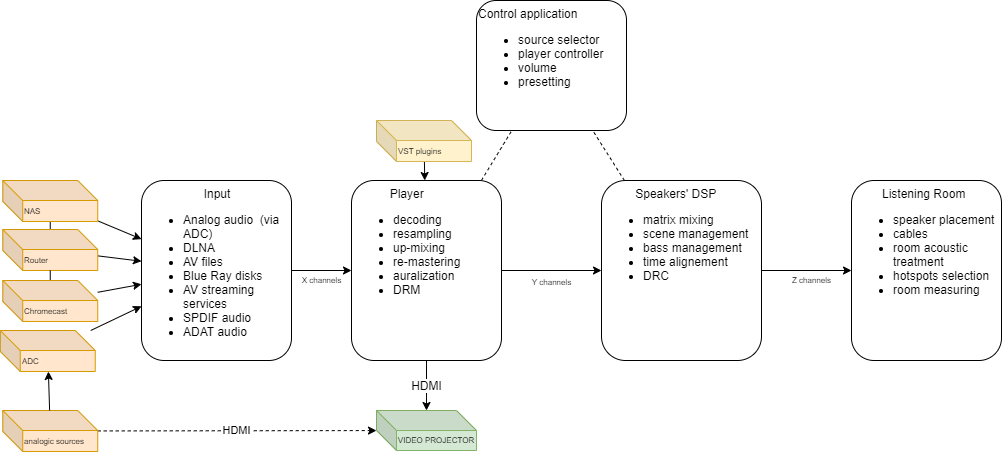
Before: images/functional-view.png, a diagram exported from draw.io (ecow/liroma). Source tidied: cells renumbered, new cells last; positions are measured from the earlier drawing's top-left corner, leaving out a move shared by most shapes.
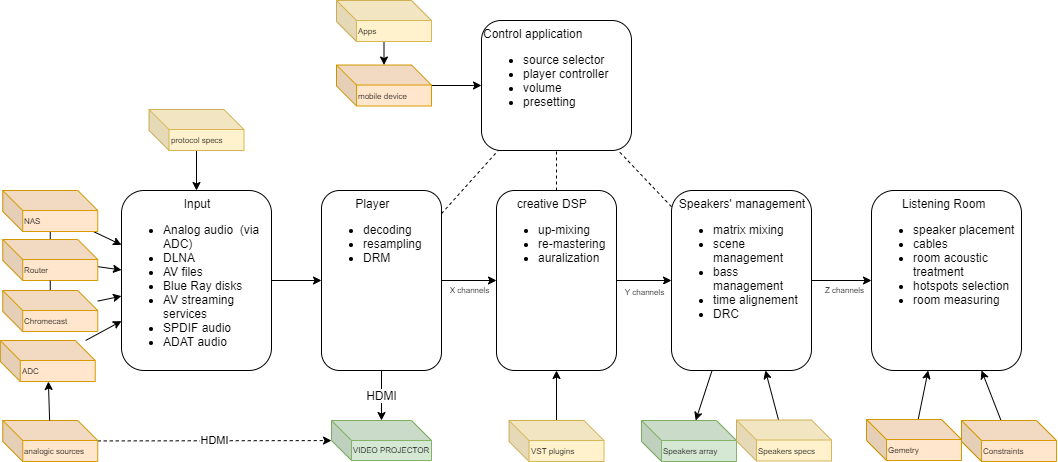
The same diagram one commit later.

What changed in the source:
```diff
@@ -8,7 +8,7 @@
     <mxCell id="3" value="analogic sources" style="shape=cube;whiteSpace=wrap;html=1;boundedLbl=1;backgroundOutline=1;darkOpacity=0.05;darkOpacity2=0.1;sketch=0;fontSize=8;align=left;verticalAlign=top;fillColor=#ffe6cc;strokeColor=#d79b00;" parent="1" vertex="1">
       <mxGeometry x="2.2" y="410" width="95" height="41" as="geometry" />
     </mxCell>
-    <mxCell id="4" value="&lt;font style=&quot;font-size: 8px&quot;&gt;Y channels&lt;/font&gt;" style="edgeStyle=none;rounded=0;sketch=0;jettySize=auto;html=1;fontSize=12;startArrow=none;startFill=0;endArrow=classic;endFill=1;startSize=6;endSize=6;strokeWidth=1;" parent="1" edge="1" source="7" target="10">
+    <mxCell id="4" value="&lt;font style=&quot;font-size: 8px&quot;&gt;Y channels&lt;/font&gt;" style="edgeStyle=none;rounded=0;sketch=0;jettySize=auto;html=1;fontSize=12;startArrow=none;startFill=0;endArrow=classic;endFill=1;startSize=6;endSize=6;strokeWidth=1;" parent="1" edge="1" source="29" target="10">
       <mxGeometry y="-10" relative="1" as="geometry" />
     </mxCell>
     <mxCell id="5" value="HDMI" style="edgeStyle=none;rounded=0;sketch=0;jettySize=auto;html=1;fontSize=12;startArrow=none;startFill=0;endArrow=classic;endFill=1;startSize=6;endSize=6;strokeWidth=1;" parent="1" edge="1" source="7" target="14">
@@ -17,8 +17,8 @@
     <mxCell id="6" style="edgeStyle=none;rounded=0;sketch=0;jettySize=auto;html=1;fontSize=12;startArrow=none;startFill=0;endArrow=none;endFill=0;startSize=6;endSize=6;strokeColor=#000000;strokeWidth=1;dashed=1;" parent="1" edge="1" source="7" target="11">
       <mxGeometry relative="1" as="geometry" />
     </mxCell>
-    <mxCell id="7" value="&lt;div style=&quot;text-align: center&quot;&gt;&lt;span&gt;Player&lt;/span&gt;&lt;/div&gt;&lt;ul&gt;&lt;li&gt;decoding&lt;/li&gt;&lt;li&gt;resampling&lt;/li&gt;&lt;li&gt;up-mixing&lt;/li&gt;&lt;li&gt;re-mastering&lt;/li&gt;&lt;li&gt;auralization&lt;/li&gt;&lt;li&gt;DRM&lt;/li&gt;&lt;/ul&gt;" style="rounded=1;whiteSpace=wrap;html=1;sketch=0;fontSize=12;align=left;verticalAlign=top;" parent="1" vertex="1">
-      <mxGeometry x="351" y="180" width="150" height="180" as="geometry" />
+    <mxCell id="7" value="&lt;div style=&quot;text-align: center&quot;&gt;&lt;span&gt;Player&lt;/span&gt;&lt;/div&gt;&lt;ul&gt;&lt;li&gt;decoding&lt;/li&gt;&lt;li&gt;resampling&lt;/li&gt;&lt;li&gt;&lt;span&gt;DRM&lt;/span&gt;&lt;br&gt;&lt;/li&gt;&lt;/ul&gt;" style="rounded=1;whiteSpace=wrap;html=1;sketch=0;fontSize=12;align=left;verticalAlign=top;" parent="1" vertex="1">
+      <mxGeometry x="321" y="180" width="120" height="180" as="geometry" />
     </mxCell>
     <mxCell id="8" value="Z channels" style="edgeStyle=none;rounded=0;sketch=0;jettySize=auto;html=1;fontSize=8;startArrow=none;startFill=0;endArrow=classic;endFill=1;startSize=6;endSize=6;strokeWidth=1;" parent="1" edge="1" source="10" target="23">
       <mxGeometry x="0.11" y="-10" relative="1" as="geometry" />
@@ -26,20 +26,20 @@
     <mxCell id="9" style="edgeStyle=none;rounded=0;sketch=0;jettySize=auto;html=1;fontSize=12;startArrow=none;startFill=0;endArrow=none;endFill=0;startSize=6;endSize=6;strokeColor=#000000;strokeWidth=1;dashed=1;" parent="1" edge="1" source="10" target="11">
       <mxGeometry relative="1" as="geometry" />
     </mxCell>
-    <mxCell id="10" value="&lt;div style=&quot;text-align: center&quot;&gt;&lt;span&gt;Speakers' DSP&lt;/span&gt;&lt;/div&gt;&lt;ul&gt;&lt;li&gt;&lt;span&gt;matrix mixing&lt;/span&gt;&lt;/li&gt;&lt;li&gt;&lt;span&gt;scene management&lt;/span&gt;&lt;/li&gt;&lt;li&gt;&lt;span&gt;bass management&lt;/span&gt;&lt;br&gt;&lt;/li&gt;&lt;li&gt;time alignement&lt;/li&gt;&lt;li&gt;DRC&lt;/li&gt;&lt;/ul&gt;" style="rounded=1;whiteSpace=wrap;html=1;sketch=0;fontSize=12;align=left;verticalAlign=top;" parent="1" vertex="1">
-      <mxGeometry x="601" y="180" width="160" height="180" as="geometry" />
+    <mxCell id="10" value="&lt;div style=&quot;text-align: center&quot;&gt;&lt;span&gt;Speakers' management&lt;/span&gt;&lt;/div&gt;&lt;ul&gt;&lt;li&gt;&lt;span&gt;matrix mixing&lt;/span&gt;&lt;/li&gt;&lt;li&gt;&lt;span&gt;scene management&lt;/span&gt;&lt;/li&gt;&lt;li&gt;&lt;span&gt;bass management&lt;/span&gt;&lt;br&gt;&lt;/li&gt;&lt;li&gt;time alignement&lt;/li&gt;&lt;li&gt;DRC&lt;/li&gt;&lt;/ul&gt;" style="rounded=1;whiteSpace=wrap;html=1;sketch=0;fontSize=12;align=left;verticalAlign=top;" parent="1" vertex="1">
+      <mxGeometry x="671" y="180" width="140" height="180" as="geometry" />
     </mxCell>
     <mxCell id="11" value="Control application&lt;br&gt;&lt;ul&gt;&lt;li&gt;source selector&lt;/li&gt;&lt;li&gt;player controller&lt;/li&gt;&lt;li&gt;volume&lt;/li&gt;&lt;li&gt;presetting&lt;/li&gt;&lt;/ul&gt;" style="rounded=1;whiteSpace=wrap;html=1;sketch=0;fontSize=12;align=left;verticalAlign=top;" parent="1" vertex="1">
-      <mxGeometry x="476" width="150" height="130" as="geometry" />
+      <mxGeometry x="481" y="10" width="150" height="130" as="geometry" />
     </mxCell>
-    <mxCell id="12" value="X channels" style="edgeStyle=none;rounded=0;sketch=0;jettySize=auto;html=1;fontSize=8;startArrow=none;startFill=0;endArrow=classic;endFill=1;startSize=6;endSize=6;strokeColor=#000000;strokeWidth=1;" parent="1" edge="1" source="13" target="7">
+    <mxCell id="12" style="edgeStyle=none;rounded=0;sketch=0;jettySize=auto;html=1;fontSize=8;startArrow=none;startFill=0;endArrow=classic;endFill=1;startSize=6;endSize=6;strokeColor=#000000;strokeWidth=1;" parent="1" edge="1" source="13" target="7">
       <mxGeometry y="-10" relative="1" as="geometry" />
     </mxCell>
     <mxCell id="13" value="&lt;div style=&quot;text-align: center&quot;&gt;&lt;span&gt;Input&lt;/span&gt;&lt;/div&gt;&lt;ul&gt;&lt;li&gt;Analog audio&amp;nbsp; (via ADC)&lt;/li&gt;&lt;li&gt;DLNA&lt;/li&gt;&lt;li&gt;AV files&lt;/li&gt;&lt;li&gt;Blue Ray disks&lt;/li&gt;&lt;li&gt;AV streaming services&lt;/li&gt;&lt;li&gt;SPDIF audio&lt;/li&gt;&lt;li&gt;ADAT audio&lt;/li&gt;&lt;/ul&gt;" style="rounded=1;whiteSpace=wrap;html=1;sketch=0;fontSize=12;align=left;verticalAlign=top;" parent="1" vertex="1">
-      <mxGeometry x="141" y="180" width="150" height="180" as="geometry" />
+      <mxGeometry x="121" y="180" width="150" height="180" as="geometry" />
     </mxCell>
     <mxCell id="14" value="VIDEO PROJECTOR" style="shape=cube;whiteSpace=wrap;html=1;boundedLbl=1;backgroundOutline=1;darkOpacity=0.05;darkOpacity2=0.1;fontSize=8;verticalAlign=middle;fillColor=#d5e8d4;strokeColor=#82b366;" parent="1" vertex="1">
-      <mxGeometry x="376" y="410" width="100" height="40" as="geometry" />
+      <mxGeometry x="331" y="410" width="100" height="40" as="geometry" />
     </mxCell>
     <mxCell id="15" style="edgeStyle=none;rounded=0;sketch=0;jettySize=auto;html=1;fontSize=12;startArrow=none;startFill=0;endArrow=classic;endFill=1;startSize=6;endSize=6;strokeColor=#000000;strokeWidth=1;" parent="1" edge="1" source="17" target="13">
       <mxGeometry relative="1" as="geometry" />
@@ -66,7 +66,7 @@
       <mxGeometry x="2.2" y="280" width="95" height="41" as="geometry" />
     </mxCell>
     <mxCell id="23" value="&lt;div style=&quot;text-align: center&quot;&gt;&lt;span&gt;Listening Room&lt;/span&gt;&lt;/div&gt;&lt;ul&gt;&lt;li&gt;speaker placement&lt;/li&gt;&lt;li&gt;cables&lt;/li&gt;&lt;li&gt;&lt;span style=&quot;text-align: center&quot;&gt;room acoustic&lt;/span&gt;&lt;br style=&quot;text-align: center&quot;&gt;&lt;span style=&quot;text-align: center&quot;&gt;treatment&lt;/span&gt;&lt;br&gt;&lt;/li&gt;&lt;li&gt;hotspots selection&lt;/li&gt;&lt;li&gt;room measuring&lt;/li&gt;&lt;/ul&gt;" style="rounded=1;whiteSpace=wrap;html=1;sketch=0;fontSize=12;align=left;verticalAlign=top;" parent="1" vertex="1">
-      <mxGeometry x="851" y="180" width="150" height="180" as="geometry" />
+      <mxGeometry x="871" y="180" width="150" height="180" as="geometry" />
     </mxCell>
     <mxCell id="24" style="edgeStyle=none;rounded=0;sketch=0;jettySize=auto;html=1;fontSize=8;startArrow=none;startFill=0;endArrow=classic;endFill=1;startSize=6;endSize=6;strokeColor=#000000;strokeWidth=1;" parent="1" edge="1" source="26" target="13">
       <mxGeometry relative="1" as="geometry" />
@@ -77,11 +77,62 @@
     <mxCell id="26" value="ADC" style="shape=cube;whiteSpace=wrap;html=1;boundedLbl=1;backgroundOutline=1;darkOpacity=0.05;darkOpacity2=0.1;sketch=0;fontSize=8;align=left;verticalAlign=top;fillColor=#ffe6cc;strokeColor=#d79b00;" parent="1" vertex="1">
       <mxGeometry x="-0.2" y="330" width="95" height="41" as="geometry" />
     </mxCell>
-    <mxCell id="27" style="edgeStyle=none;rounded=0;jettySize=auto;html=1;" parent="1" edge="1" source="28" target="7">
+    <mxCell id="27" style="edgeStyle=none;rounded=0;jettySize=auto;html=1;" parent="1" edge="1" source="28" target="29">
       <mxGeometry relative="1" as="geometry" />
     </mxCell>
     <mxCell id="28" value="VST plugins" style="shape=cube;whiteSpace=wrap;html=1;boundedLbl=1;backgroundOutline=1;darkOpacity=0.05;darkOpacity2=0.1;sketch=0;fontSize=8;align=left;verticalAlign=top;fillColor=#fff2cc;strokeColor=#d6b656;" parent="1" vertex="1">
-      <mxGeometry x="376" y="120" width="95" height="41" as="geometry" />
+      <mxGeometry x="508.5" y="410" width="95" height="41" as="geometry" />
     </mxCell>
+    <mxCell id="29" value="&lt;div style=&quot;text-align: center&quot;&gt;creative DSP&lt;/div&gt;&lt;ul&gt;&lt;li&gt;up-mixing&lt;/li&gt;&lt;li&gt;re-mastering&lt;/li&gt;&lt;li&gt;auralization&lt;/li&gt;&lt;/ul&gt;" style="rounded=1;whiteSpace=wrap;html=1;sketch=0;fontSize=12;align=left;verticalAlign=top;" parent="1" vertex="1">
+      <mxGeometry x="496" y="180" width="120" height="180" as="geometry" />
+    </mxCell>
+    <mxCell id="30" value="X channels" style="edgeStyle=none;rounded=0;sketch=0;jettySize=auto;html=1;fontSize=8;startArrow=none;startFill=0;endArrow=classic;endFill=1;startSize=6;endSize=6;strokeColor=#000000;strokeWidth=1;" parent="1" edge="1" source="7" target="29">
+      <mxGeometry y="-10" relative="1" as="geometry" />
+    </mxCell>
+    <mxCell id="31" style="edgeStyle=none;rounded=0;sketch=0;jettySize=auto;html=1;fontSize=12;startArrow=none;startFill=0;endArrow=none;endFill=0;startSize=6;endSize=6;strokeColor=#000000;strokeWidth=1;dashed=1;" parent="1" edge="1" source="29" target="11">
+      <mxGeometry relative="1" as="geometry" />
+    </mxCell>
+    <mxCell id="32" style="rounded=0;jettySize=auto;html=1;endArrow=none;endFill=0;startArrow=classic;startFill=1;" parent="1" edge="1" source="33" target="10">
+      <mxGeometry relative="1" as="geometry" />
+    </mxCell>
+    <mxCell id="33" value="Speakers array" style="shape=cube;whiteSpace=wrap;html=1;boundedLbl=1;backgroundOutline=1;darkOpacity=0.05;darkOpacity2=0.1;sketch=0;fontSize=8;align=left;verticalAlign=top;fillColor=#d5e8d4;strokeColor=#82b366;" parent="1" vertex="1">
+      <mxGeometry x="641" y="410" width="95" height="41" as="geometry" />
+    </mxCell>
+    <mxCell id="34" style="edgeStyle=none;rounded=0;jettySize=auto;html=1;startArrow=none;startFill=0;endArrow=classic;endFill=1;" parent="1" edge="1" source="35" target="23">
+      <mxGeometry relative="1" as="geometry" />
+    </mxCell>
+    <mxCell id="35" value="Gemetry" style="shape=cube;whiteSpace=wrap;html=1;boundedLbl=1;backgroundOutline=1;darkOpacity=0.05;darkOpacity2=0.1;sketch=0;fontSize=8;align=left;verticalAlign=top;fillColor=#ffe6cc;strokeColor=#d79b00;" parent="1" vertex="1">
+      <mxGeometry x="866" y="409" width="95" height="41" as="geometry" />
+    </mxCell>
+    <mxCell id="36" style="edgeStyle=none;rounded=0;jettySize=auto;html=1;startArrow=none;startFill=0;endArrow=classic;endFill=1;" parent="1" edge="1" source="37" target="23">
+      <mxGeometry relative="1" as="geometry" />
+    </mxCell>
+    <mxCell id="37" value="Constraints" style="shape=cube;whiteSpace=wrap;html=1;boundedLbl=1;backgroundOutline=1;darkOpacity=0.05;darkOpacity2=0.1;sketch=0;fontSize=8;align=left;verticalAlign=top;fillColor=#ffe6cc;strokeColor=#d79b00;" parent="1" vertex="1">
+      <mxGeometry x="961" y="410" width="95" height="41" as="geometry" />
+    </mxCell>
+    <mxCell id="38" style="edgeStyle=none;rounded=0;jettySize=auto;html=1;startArrow=none;startFill=0;endArrow=classic;endFill=1;" parent="1" edge="1" source="39" target="10">
+      <mxGeometry relative="1" as="geometry" />
+    </mxCell>
+    <mxCell id="39" value="Speakers specs" style="shape=cube;whiteSpace=wrap;html=1;boundedLbl=1;backgroundOutline=1;darkOpacity=0.05;darkOpacity2=0.1;sketch=0;fontSize=8;align=left;verticalAlign=top;fillColor=#fff2cc;strokeColor=#d6b656;" parent="1" vertex="1">
+      <mxGeometry x="736" y="409.5" width="95" height="41" as="geometry" />
+    </mxCell>
+    <mxCell id="40" style="edgeStyle=none;rounded=0;jettySize=auto;html=1;startArrow=none;startFill=0;endArrow=classic;endFill=1;" parent="1" edge="1" source="41" target="11">
+      <mxGeometry relative="1" as="geometry" />
+    </mxCell>
+    <mxCell id="41" value="mobile device" style="shape=cube;whiteSpace=wrap;html=1;boundedLbl=1;backgroundOutline=1;darkOpacity=0.05;darkOpacity2=0.1;sketch=0;fontSize=8;align=left;verticalAlign=top;fillColor=#ffe6cc;strokeColor=#d79b00;" parent="1" vertex="1">
+      <mxGeometry x="336" y="54.5" width="95" height="41" as="geometry" />
+    </mxCell>
+    <mxCell id="42" style="edgeStyle=none;rounded=0;jettySize=auto;html=1;startArrow=none;startFill=0;endArrow=classic;endFill=1;" parent="1" edge="1" source="43" target="13">
+      <mxGeometry relative="1" as="geometry" />
+    </mxCell>
+    <mxCell id="43" value="protocol specs" style="shape=cube;whiteSpace=wrap;html=1;boundedLbl=1;backgroundOutline=1;darkOpacity=0.05;darkOpacity2=0.1;sketch=0;fontSize=8;align=left;verticalAlign=top;fillColor=#fff2cc;strokeColor=#d6b656;" parent="1" vertex="1">
+      <mxGeometry x="148.5" y="99" width="95" height="41" as="geometry" />
+    </mxCell>
+    <mxCell id="44" style="edgeStyle=none;rounded=0;jettySize=auto;html=1;startArrow=none;startFill=0;endArrow=classic;endFill=1;" parent="1" edge="1" source="45" target="41">
+      <mxGeometry relative="1" as="geometry" />
+    </mxCell>
+    <mxCell id="45" value="Apps" style="shape=cube;whiteSpace=wrap;html=1;boundedLbl=1;backgroundOutline=1;darkOpacity=0.05;darkOpacity2=0.1;sketch=0;fontSize=8;align=left;verticalAlign=top;fillColor=#fff2cc;strokeColor=#d6b656;" parent="1" vertex="1">
+      <mxGeometry x="336" y="-10" width="95" height="41" as="geometry" />
+    </mxCell>
   </root>
 </mxGraphModel>
```
